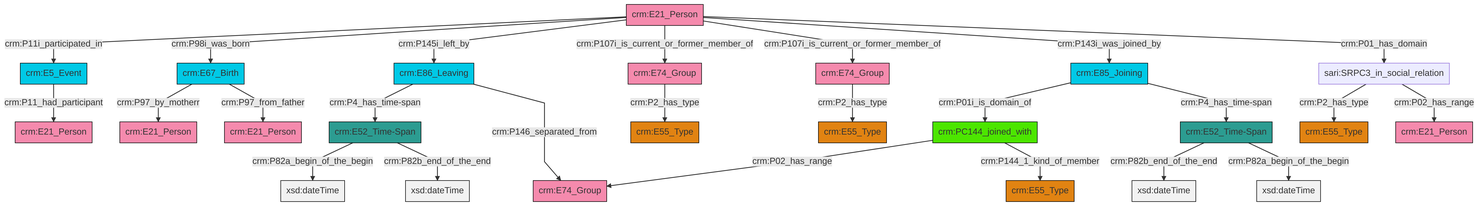
This is et/personCSV/ttl/mmd/png/Person_Actor_Relations.png from swiss-art-research-net/docs.swissartresearch, a Mermaid export, as it was before one commit. Its source is kept beside it as et/personCSV/ttl/mmd/Person_Actor_Relations.ttl.mmd.
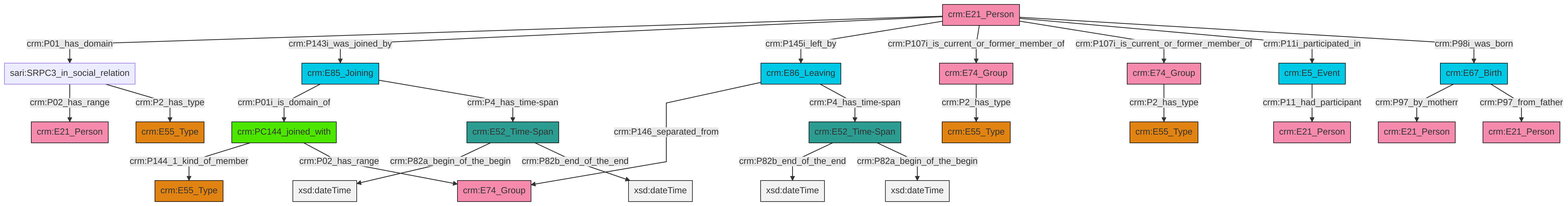
The same diagram one commit later.

Diff of the diagram source:
```diff
@@ -13,27 +13,27 @@
 classDef PC_Classes fill:#4ce600, stroke:#000000;
 classDef Multi fill:#cccccc,stroke:#000000;
 
-0["crm:E86_Leaving"]:::Temporal_Entity -->|crm:P4_has_time-span| 1["crm:E52_Time-Span"]:::Time-Span
-2["crm:E21_Person"]:::Actor -->|crm:P11i_participated_in| 3["crm:E5_Event"]:::Temporal_Entity
-0["crm:E86_Leaving"]:::Temporal_Entity -->|crm:P146_separated_from| 4["crm:E74_Group"]:::Actor
-2["crm:E21_Person"]:::Actor -->|crm:P98i_was_born| 15["crm:E67_Birth"]:::Temporal_Entity
-2["crm:E21_Person"]:::Actor -->|crm:P145i_left_by| 0["crm:E86_Leaving"]:::Temporal_Entity
-2["crm:E21_Person"]:::Actor -->|crm:P107i_is_current_or_former_member_of| 9["crm:E74_Group"]:::Actor
-20["crm:PC144_joined_with"]:::PC_Classes -->|crm:P02_has_range| 4["crm:E74_Group"]:::Actor
-9["crm:E74_Group"]:::Actor -->|crm:P2_has_type| 21["crm:E55_Type"]:::Type
-3["crm:E5_Event"]:::Temporal_Entity -->|crm:P11_had_participant| 18["crm:E21_Person"]:::Actor
-2["crm:E21_Person"]:::Actor -->|crm:P107i_is_current_or_former_member_of| 16["crm:E74_Group"]:::Actor
-2["crm:E21_Person"]:::Actor -->|crm:P143i_was_joined_by| 13["crm:E85_Joining"]:::Temporal_Entity
-23["crm:E52_Time-Span"]:::Time-Span -->|crm:P82b_end_of_the_end| 24[xsd:dateTime]:::Literal
-15["crm:E67_Birth"]:::Temporal_Entity -->|crm:P97_by_motherr| 27["crm:E21_Person"]:::Actor
-13["crm:E85_Joining"]:::Temporal_Entity -->|crm:P01i_is_domain_of| 20["crm:PC144_joined_with"]:::PC_Classes
-2["crm:E21_Person"]:::Actor -->|crm:P01_has_domain| 28["sari:SRPC3_in_social_relation"]:::Default
-1["crm:E52_Time-Span"]:::Time-Span -->|crm:P82a_begin_of_the_begin| 29[xsd:dateTime]:::Literal
-15["crm:E67_Birth"]:::Temporal_Entity -->|crm:P97_from_father| 31["crm:E21_Person"]:::Actor
-28["sari:SRPC3_in_social_relation"]:::Default -->|crm:P2_has_type| 33["crm:E55_Type"]:::Type
-16["crm:E74_Group"]:::Actor -->|crm:P2_has_type| 5["crm:E55_Type"]:::Type
-20["crm:PC144_joined_with"]:::PC_Classes -->|crm:P144_1_kind_of_member| 36["crm:E55_Type"]:::Type
-1["crm:E52_Time-Span"]:::Time-Span -->|crm:P82b_end_of_the_end| 38[xsd:dateTime]:::Literal
-13["crm:E85_Joining"]:::Temporal_Entity -->|crm:P4_has_time-span| 23["crm:E52_Time-Span"]:::Time-Span
-23["crm:E52_Time-Span"]:::Time-Span -->|crm:P82a_begin_of_the_begin| 43[xsd:dateTime]:::Literal
-28["sari:SRPC3_in_social_relation"]:::Default -->|crm:P02_has_range| 7["crm:E21_Person"]:::Actor
+0["crm:E21_Person"]:::Actor -->|crm:P01_has_domain| 1["sari:SRPC3_in_social_relation"]:::Default
+2["crm:E52_Time-Span"]:::Time-Span -->|crm:P82b_end_of_the_end| 3[xsd:dateTime]:::Literal
+4["crm:E86_Leaving"]:::Temporal_Entity -->|crm:P146_separated_from| 5["crm:E74_Group"]:::Actor
+10["crm:PC144_joined_with"]:::PC_Classes -->|crm:P144_1_kind_of_member| 15["crm:E55_Type"]:::Type
+17["crm:E52_Time-Span"]:::Time-Span -->|crm:P82a_begin_of_the_begin| 18[xsd:dateTime]:::Literal
+0["crm:E21_Person"]:::Actor -->|crm:P143i_was_joined_by| 19["crm:E85_Joining"]:::Temporal_Entity
+20["crm:E74_Group"]:::Actor -->|crm:P2_has_type| 21["crm:E55_Type"]:::Type
+22["crm:E67_Birth"]:::Temporal_Entity -->|crm:P97_by_motherr| 23["crm:E21_Person"]:::Actor
+25["crm:E74_Group"]:::Actor -->|crm:P2_has_type| 6["crm:E55_Type"]:::Type
+19["crm:E85_Joining"]:::Temporal_Entity -->|crm:P01i_is_domain_of| 10["crm:PC144_joined_with"]:::PC_Classes
+8["crm:E5_Event"]:::Temporal_Entity -->|crm:P11_had_participant| 13["crm:E21_Person"]:::Actor
+0["crm:E21_Person"]:::Actor -->|crm:P145i_left_by| 4["crm:E86_Leaving"]:::Temporal_Entity
+19["crm:E85_Joining"]:::Temporal_Entity -->|crm:P4_has_time-span| 17["crm:E52_Time-Span"]:::Time-Span
+4["crm:E86_Leaving"]:::Temporal_Entity -->|crm:P4_has_time-span| 2["crm:E52_Time-Span"]:::Time-Span
+0["crm:E21_Person"]:::Actor -->|crm:P107i_is_current_or_former_member_of| 20["crm:E74_Group"]:::Actor
+22["crm:E67_Birth"]:::Temporal_Entity -->|crm:P97_from_father| 26["crm:E21_Person"]:::Actor
+17["crm:E52_Time-Span"]:::Time-Span -->|crm:P82b_end_of_the_end| 34[xsd:dateTime]:::Literal
+2["crm:E52_Time-Span"]:::Time-Span -->|crm:P82a_begin_of_the_begin| 35[xsd:dateTime]:::Literal
+1["sari:SRPC3_in_social_relation"]:::Default -->|crm:P02_has_range| 38["crm:E21_Person"]:::Actor
+0["crm:E21_Person"]:::Actor -->|crm:P107i_is_current_or_former_member_of| 25["crm:E74_Group"]:::Actor
+0["crm:E21_Person"]:::Actor -->|crm:P11i_participated_in| 8["crm:E5_Event"]:::Temporal_Entity
+0["crm:E21_Person"]:::Actor -->|crm:P98i_was_born| 22["crm:E67_Birth"]:::Temporal_Entity
+10["crm:PC144_joined_with"]:::PC_Classes -->|crm:P02_has_range| 5["crm:E74_Group"]:::Actor
+1["sari:SRPC3_in_social_relation"]:::Default -->|crm:P2_has_type| 32["crm:E55_Type"]:::Type
```
